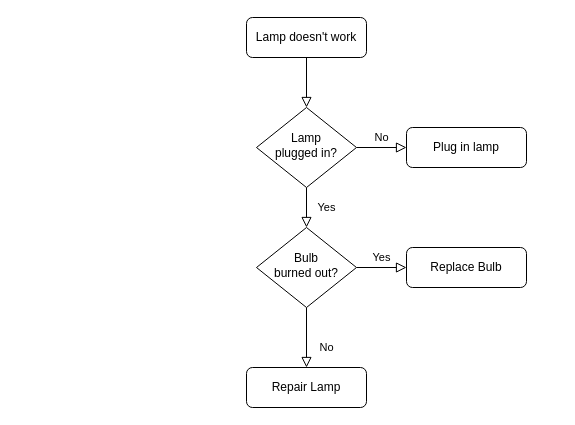
Above: pool.drawio in LeoDMLDR/yrdyr (draw.io), before the change. Source tidied: cells renumbered, new cells numbered last; positions are measured from the earlier drawing's top-left corner, leaving out a move shared by most shapes. Both pictures are drawn from the tidied source at 100%, with x=0, y=0 at pixel (246, 17).
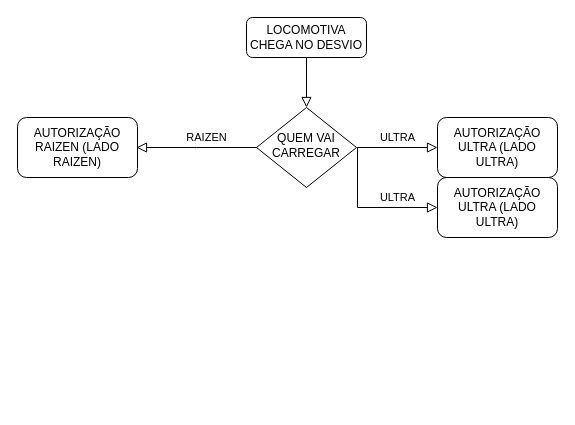
Above is the later version.

The edit, as a diff of the source:
```diff
@@
 <mxGraphModel>
   <root>
     <mxCell id="0" />
     <mxCell id="1" parent="0" />
     <mxCell id="2" style="rounded=0;html=1;jettySize=auto;fontSize=11;endArrow=block;endFill=0;endSize=8;strokeWidth=1;shadow=0;labelBackgroundColor=none;edgeStyle=orthogonalEdgeStyle;" parent="1" edge="1" source="3" target="6">
       <mxGeometry relative="1" as="geometry" />
     </mxCell>
-    <mxCell id="3" value="Lamp doesn't work" style="rounded=1;whiteSpace=wrap;html=1;fontSize=12;glass=0;strokeWidth=1;shadow=0;" parent="1" vertex="1">
+    <mxCell id="3" value="LOCOMOTIVA CHEGA NO DESVIO" style="rounded=1;whiteSpace=wrap;html=1;fontSize=12;glass=0;strokeWidth=1;shadow=0;" parent="1" vertex="1">
       <mxGeometry width="120" height="40" as="geometry" />
     </mxCell>
-    <mxCell id="4" value="Yes" style="rounded=0;html=1;jettySize=auto;fontSize=11;endArrow=block;endFill=0;endSize=8;strokeWidth=1;shadow=0;labelBackgroundColor=none;edgeStyle=orthogonalEdgeStyle;" parent="1" edge="1" source="6" target="10">
-      <mxGeometry y="20" relative="1" as="geometry" />
+    <mxCell id="4" value="RAIZEN" style="rounded=0;html=1;jettySize=auto;fontSize=11;endArrow=block;endFill=0;endSize=8;strokeWidth=1;shadow=0;labelBackgroundColor=none;edgeStyle=orthogonalEdgeStyle;" parent="1" edge="1" source="6">
+      <mxGeometry x="-0.17" y="-10" relative="1" as="geometry">
+        <mxPoint x="-110" y="130" as="targetPoint" />
+        <Array as="points">
+          <mxPoint x="-50" y="130" />
+          <mxPoint x="-50" y="130" />
+        </Array>
+      </mxGeometry>
     </mxCell>
-    <mxCell id="5" value="No" style="edgeStyle=orthogonalEdgeStyle;rounded=0;html=1;jettySize=auto;fontSize=11;endArrow=block;endFill=0;endSize=8;strokeWidth=1;shadow=0;labelBackgroundColor=none;" parent="1" edge="1" source="6" target="7">
+    <mxCell id="5" value="ULTRA" style="edgeStyle=orthogonalEdgeStyle;rounded=0;html=1;jettySize=auto;fontSize=11;endArrow=block;endFill=0;endSize=8;strokeWidth=1;shadow=0;labelBackgroundColor=none;" parent="1" edge="1" source="6" target="7">
       <mxGeometry y="10" relative="1" as="geometry" />
     </mxCell>
-    <mxCell id="6" value="Lamp&lt;br&gt;plugged in?" style="rhombus;whiteSpace=wrap;html=1;shadow=0;fontFamily=Helvetica;fontSize=12;align=center;strokeWidth=1;spacing=6;spacingTop=-4;" parent="1" vertex="1">
+    <mxCell id="6" value="QUEM VAI CARREGAR" style="rhombus;whiteSpace=wrap;html=1;shadow=0;fontFamily=Helvetica;fontSize=12;align=center;strokeWidth=1;spacing=6;spacingTop=-4;" parent="1" vertex="1">
       <mxGeometry x="10" y="90" width="100" height="80" as="geometry" />
     </mxCell>
-    <mxCell id="7" value="Plug in lamp" style="rounded=1;whiteSpace=wrap;html=1;fontSize=12;glass=0;strokeWidth=1;shadow=0;" parent="1" vertex="1">
-      <mxGeometry x="160" y="110" width="120" height="40" as="geometry" />
+    <mxCell id="7" value="AUTORIZAÇÃO ULTRA (LADO ULTRA)" style="rounded=1;whiteSpace=wrap;html=1;fontSize=12;glass=0;strokeWidth=1;shadow=0;" parent="1" vertex="1">
+      <mxGeometry x="191" y="100" width="120" height="60" as="geometry" />
     </mxCell>
-    <mxCell id="8" value="No" style="rounded=0;html=1;jettySize=auto;fontSize=11;endArrow=block;endFill=0;endSize=8;strokeWidth=1;shadow=0;labelBackgroundColor=none;edgeStyle=orthogonalEdgeStyle;" parent="1" edge="1" source="10" target="11">
-      <mxGeometry x="0.33" y="20" relative="1" as="geometry" />
-    </mxCell>
-    <mxCell id="9" value="Yes" style="edgeStyle=orthogonalEdgeStyle;rounded=0;html=1;jettySize=auto;fontSize=11;endArrow=block;endFill=0;endSize=8;strokeWidth=1;shadow=0;labelBackgroundColor=none;" parent="1" edge="1" source="10" target="12">
-      <mxGeometry y="10" relative="1" as="geometry" />
-    </mxCell>
-    <mxCell id="10" value="Bulb&lt;br&gt;burned out?" style="rhombus;whiteSpace=wrap;html=1;shadow=0;fontFamily=Helvetica;fontSize=12;align=center;strokeWidth=1;spacing=6;spacingTop=-4;" parent="1" vertex="1">
-      <mxGeometry x="10" y="210" width="100" height="80" as="geometry" />
-    </mxCell>
-    <mxCell id="11" value="Repair Lamp" style="rounded=1;whiteSpace=wrap;html=1;fontSize=12;glass=0;strokeWidth=1;shadow=0;" parent="1" vertex="1">
-      <mxGeometry y="350" width="120" height="40" as="geometry" />
-    </mxCell>
-    <mxCell id="12" value="Replace Bulb" style="rounded=1;whiteSpace=wrap;html=1;fontSize=12;glass=0;strokeWidth=1;shadow=0;" parent="1" vertex="1">
-      <mxGeometry x="160" y="230" width="120" height="40" as="geometry" />
-    </mxCell>
+    <mxCell id="13" value="AUTORIZAÇÃO RAIZEN (LADO RAIZEN)" style="rounded=1;whiteSpace=wrap;html=1;fontSize=12;glass=0;strokeWidth=1;shadow=0;" parent="1" vertex="1">
+      <mxGeometry x="-229" y="100" width="120" height="60" as="geometry" />
+    </mxCell>
+    <mxCell id="14" value="AUTORIZAÇÃO ULTRA (LADO ULTRA)" style="rounded=1;whiteSpace=wrap;html=1;fontSize=12;glass=0;strokeWidth=1;shadow=0;" parent="1" vertex="1">
+      <mxGeometry x="191" y="160" width="120" height="60" as="geometry" />
+    </mxCell>
+    <mxCell id="15" value="ULTRA" style="edgeStyle=orthogonalEdgeStyle;rounded=0;html=1;jettySize=auto;fontSize=11;endArrow=block;endFill=0;endSize=8;strokeWidth=1;shadow=0;labelBackgroundColor=none;entryX=0;entryY=0.5;entryDx=0;entryDy=0;" parent="1" edge="1" target="14">
+      <mxGeometry x="0.43" y="10" relative="1" as="geometry">
+        <mxPoint x="111" y="130" as="sourcePoint" />
+        <Array as="points">
+          <mxPoint x="111" y="190" />
+        </Array>
+      </mxGeometry>
+    </mxCell>
   </root>
 </mxGraphModel>
```
